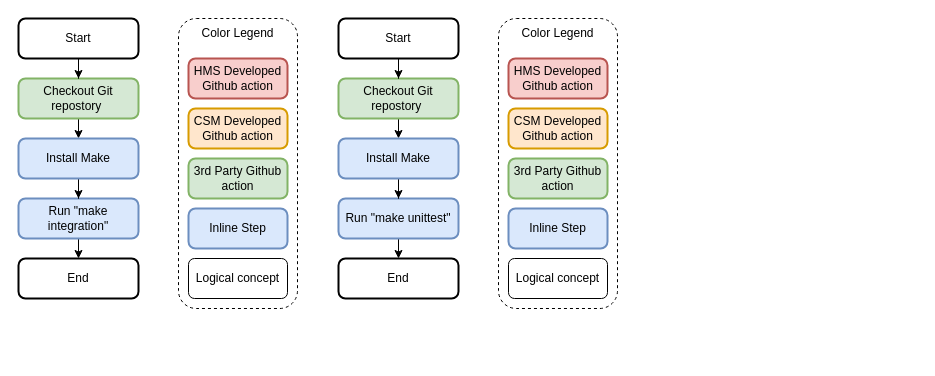
Cray-HPE/hms-build-image-workflows keeps this draw.io diagram as docs/run_tests.drawio. Above is the earlier version. Source tidied: cells renumbered, new cells numbered last; positions are measured from the earlier drawing's top-left corner, leaving out a move shared by most shapes. Both pictures are drawn from the tidied source at 100%, with x=0, y=0 at pixel (18, 18).
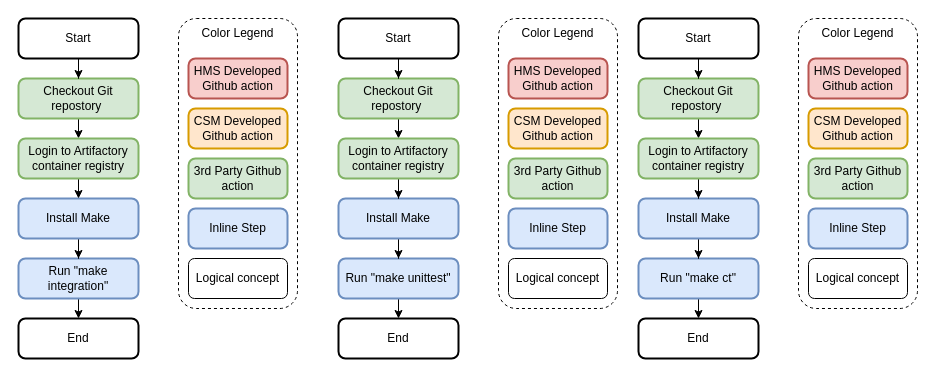
After the change.

Change to the diagram source:
```diff
@@
     <mxCell id="14" value="Run &quot;make integration&quot;" style="rounded=1;whiteSpace=wrap;html=1;absoluteArcSize=1;arcSize=14;strokeWidth=2;fillColor=#dae8fc;strokeColor=#6c8ebf;" parent="1" vertex="1">
-      <mxGeometry y="180" width="120" height="40" as="geometry" />
+      <mxGeometry y="240" width="120" height="40" as="geometry" />
     </mxCell>
@@
     <mxCell id="16" value="Install Make" style="rounded=1;whiteSpace=wrap;html=1;absoluteArcSize=1;arcSize=14;strokeWidth=2;fillColor=#dae8fc;strokeColor=#6c8ebf;" parent="1" vertex="1">
-      <mxGeometry y="120" width="120" height="40" as="geometry" />
+      <mxGeometry y="180" width="120" height="40" as="geometry" />
     </mxCell>
     <mxCell id="17" value="End" style="rounded=1;whiteSpace=wrap;html=1;absoluteArcSize=1;arcSize=14;strokeWidth=2;" parent="1" vertex="1">
-      <mxGeometry y="240" width="120" height="40" as="geometry" />
+      <mxGeometry y="300" width="120" height="40" as="geometry" />
     </mxCell>
@@
     <mxCell id="23" value="Run &quot;make unittest&quot;" style="rounded=1;whiteSpace=wrap;html=1;absoluteArcSize=1;arcSize=14;strokeWidth=2;fillColor=#dae8fc;strokeColor=#6c8ebf;" parent="1" vertex="1">
-      <mxGeometry x="320" y="180" width="120" height="40" as="geometry" />
+      <mxGeometry x="320" y="240" width="120" height="40" as="geometry" />
     </mxCell>
@@
     <mxCell id="25" value="Install Make" style="rounded=1;whiteSpace=wrap;html=1;absoluteArcSize=1;arcSize=14;strokeWidth=2;fillColor=#dae8fc;strokeColor=#6c8ebf;" parent="1" vertex="1">
-      <mxGeometry x="320" y="120" width="120" height="40" as="geometry" />
+      <mxGeometry x="320" y="180" width="120" height="40" as="geometry" />
     </mxCell>
     <mxCell id="26" value="End" style="rounded=1;whiteSpace=wrap;html=1;absoluteArcSize=1;arcSize=14;strokeWidth=2;" parent="1" vertex="1">
-      <mxGeometry x="320" y="240" width="120" height="40" as="geometry" />
+      <mxGeometry x="320" y="300" width="120" height="40" as="geometry" />
     </mxCell>
@@
+    <mxCell id="34" style="edgeStyle=orthogonalEdgeStyle;rounded=0;jettySize=auto;html=1;exitX=0.5;exitY=1;exitDx=0;exitDy=0;entryX=0.5;entryY=0;entryDx=0;entryDy=0;" parent="1" edge="1" source="35" target="16">
+      <mxGeometry relative="1" as="geometry" />
+    </mxCell>
+    <mxCell id="35" value="&lt;span&gt;Login to Artifactory container registry&lt;/span&gt;" style="rounded=1;whiteSpace=wrap;html=1;absoluteArcSize=1;arcSize=14;strokeWidth=2;fillColor=#d5e8d4;strokeColor=#82b366;" parent="1" vertex="1">
+      <mxGeometry y="120" width="120" height="40" as="geometry" />
+    </mxCell>
+    <mxCell id="36" style="edgeStyle=orthogonalEdgeStyle;rounded=0;jettySize=auto;html=1;exitX=0.5;exitY=1;exitDx=0;exitDy=0;" parent="1" edge="1" source="37" target="25">
+      <mxGeometry relative="1" as="geometry" />
+    </mxCell>
+    <mxCell id="37" value="&lt;span&gt;Login to Artifactory container registry&lt;/span&gt;" style="rounded=1;whiteSpace=wrap;html=1;absoluteArcSize=1;arcSize=14;strokeWidth=2;fillColor=#d5e8d4;strokeColor=#82b366;" parent="1" vertex="1">
+      <mxGeometry x="320" y="120" width="120" height="40" as="geometry" />
+    </mxCell>
+    <mxCell id="38" style="rounded=1;whiteSpace=wrap;html=1;dashed=1;" parent="1" vertex="1">
+      <mxGeometry x="780" width="119" height="290" as="geometry" />
+    </mxCell>
+    <mxCell id="39" value="3rd Party Github action" style="rounded=1;whiteSpace=wrap;html=1;absoluteArcSize=1;arcSize=14;strokeWidth=2;fillColor=#d5e8d4;strokeColor=#82b366;" parent="1" vertex="1">
+      <mxGeometry x="790" y="140" width="99" height="40" as="geometry" />
+    </mxCell>
+    <mxCell id="40" value="HMS Developed Github action" style="rounded=1;whiteSpace=wrap;html=1;absoluteArcSize=1;arcSize=14;strokeWidth=2;fillColor=#f8cecc;strokeColor=#b85450;" parent="1" vertex="1">
+      <mxGeometry x="790" y="40" width="99" height="40" as="geometry" />
+    </mxCell>
+    <mxCell id="41" value="Inline Step" style="rounded=1;whiteSpace=wrap;html=1;absoluteArcSize=1;arcSize=14;strokeWidth=2;fillColor=#dae8fc;strokeColor=#6c8ebf;" parent="1" vertex="1">
+      <mxGeometry x="790" y="190" width="99" height="40" as="geometry" />
+    </mxCell>
+    <mxCell id="42" value="CSM Developed Github action" style="rounded=1;whiteSpace=wrap;html=1;absoluteArcSize=1;arcSize=14;strokeWidth=2;fillColor=#ffe6cc;strokeColor=#d79b00;" parent="1" vertex="1">
+      <mxGeometry x="790" y="90" width="99" height="40" as="geometry" />
+    </mxCell>
+    <mxCell id="43" value="Logical concept" style="rounded=1;whiteSpace=wrap;html=1;" parent="1" vertex="1">
+      <mxGeometry x="790" y="240" width="99" height="40" as="geometry" />
+    </mxCell>
+    <mxCell id="44" value="Color Legend" style="text;html=1;strokeColor=none;fillColor=none;align=center;verticalAlign=middle;whiteSpace=wrap;rounded=0;" parent="1" vertex="1">
+      <mxGeometry x="790" width="99" height="30" as="geometry" />
+    </mxCell>
+    <mxCell id="45" style="edgeStyle=orthogonalEdgeStyle;rounded=0;jettySize=auto;html=1;exitX=0.5;exitY=1;exitDx=0;exitDy=0;entryX=0.5;entryY=0;entryDx=0;entryDy=0;" parent="1" edge="1" source="46">
+      <mxGeometry relative="1" as="geometry">
+        <mxPoint x="680" y="120" as="targetPoint" />
+      </mxGeometry>
+    </mxCell>
+    <mxCell id="46" value="&lt;span&gt;Checkout Git repostory&amp;nbsp;&lt;/span&gt;" style="rounded=1;whiteSpace=wrap;html=1;absoluteArcSize=1;arcSize=14;strokeWidth=2;fillColor=#d5e8d4;strokeColor=#82b366;" parent="1" vertex="1">
+      <mxGeometry x="620" y="60" width="120" height="40" as="geometry" />
+    </mxCell>
+    <mxCell id="47" style="edgeStyle=orthogonalEdgeStyle;rounded=0;jettySize=auto;html=1;exitX=0.5;exitY=1;exitDx=0;exitDy=0;fontSize=11;" parent="1" edge="1" source="48" target="46">
+      <mxGeometry relative="1" as="geometry" />
+    </mxCell>
+    <mxCell id="48" value="Start" style="rounded=1;whiteSpace=wrap;html=1;absoluteArcSize=1;arcSize=14;strokeWidth=2;" parent="1" vertex="1">
+      <mxGeometry x="620" width="120" height="40" as="geometry" />
+    </mxCell>
+    <mxCell id="49" style="edgeStyle=orthogonalEdgeStyle;rounded=0;jettySize=auto;html=1;exitX=0.5;exitY=1;exitDx=0;exitDy=0;entryX=0.5;entryY=0;entryDx=0;entryDy=0;" parent="1" edge="1" source="50" target="53">
+      <mxGeometry relative="1" as="geometry" />
+    </mxCell>
+    <mxCell id="50" value="Run &quot;make ct&quot;" style="rounded=1;whiteSpace=wrap;html=1;absoluteArcSize=1;arcSize=14;strokeWidth=2;fillColor=#dae8fc;strokeColor=#6c8ebf;" parent="1" vertex="1">
+      <mxGeometry x="620" y="240" width="120" height="40" as="geometry" />
+    </mxCell>
+    <mxCell id="51" style="edgeStyle=orthogonalEdgeStyle;rounded=0;jettySize=auto;html=1;exitX=0.5;exitY=1;exitDx=0;exitDy=0;" parent="1" edge="1" source="52" target="50">
+      <mxGeometry relative="1" as="geometry" />
+    </mxCell>
+    <mxCell id="52" value="Install Make" style="rounded=1;whiteSpace=wrap;html=1;absoluteArcSize=1;arcSize=14;strokeWidth=2;fillColor=#dae8fc;strokeColor=#6c8ebf;" parent="1" vertex="1">
+      <mxGeometry x="620" y="180" width="120" height="40" as="geometry" />
+    </mxCell>
+    <mxCell id="53" value="End" style="rounded=1;whiteSpace=wrap;html=1;absoluteArcSize=1;arcSize=14;strokeWidth=2;" parent="1" vertex="1">
+      <mxGeometry x="620" y="300" width="120" height="40" as="geometry" />
+    </mxCell>
+    <mxCell id="54" style="edgeStyle=orthogonalEdgeStyle;rounded=0;jettySize=auto;html=1;exitX=0.5;exitY=1;exitDx=0;exitDy=0;" parent="1" edge="1" source="55" target="52">
+      <mxGeometry relative="1" as="geometry" />
+    </mxCell>
+    <mxCell id="55" value="&lt;span&gt;Login to Artifactory container registry&lt;/span&gt;" style="rounded=1;whiteSpace=wrap;html=1;absoluteArcSize=1;arcSize=14;strokeWidth=2;fillColor=#d5e8d4;strokeColor=#82b366;" parent="1" vertex="1">
+      <mxGeometry x="620" y="120" width="120" height="40" as="geometry" />
+    </mxCell>
```
